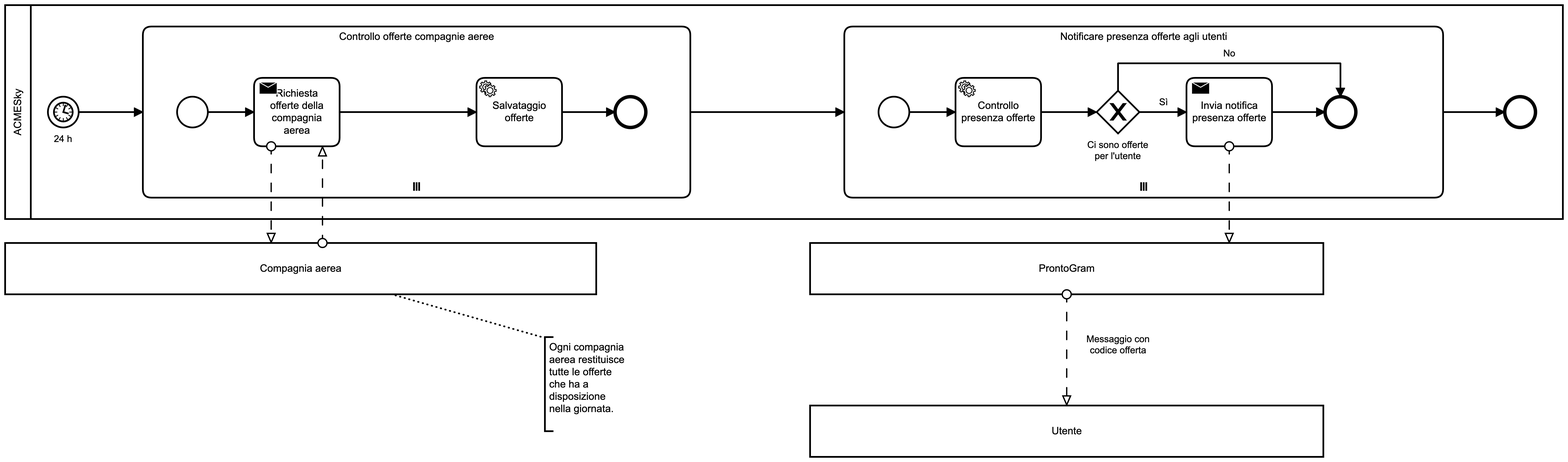
Above: docs/assets/bpmn/VerificaGiornaliera.png in sosengers/project-documentation (BPMN), before the change. Its source is kept beside it as docs/assets/VerificaGiornaliera.bpmn. Ids are renumbered. Its diagram source:
```xml
<bpmn:definitions xmlns:bpmn="http://www.omg.org/spec/BPMN/20100524/MODEL" xmlns:bpmndi="http://www.omg.org/spec/BPMN/20100524/DI" xmlns:dc="http://www.omg.org/spec/DD/20100524/DC" xmlns:di="http://www.omg.org/spec/DD/20100524/DI" id="Definitions_n1" targetNamespace="http://bpmn.io/schema/bpmn" exporter="Camunda Modeler" exporterVersion="4.3.0">
  <bpmn:collaboration id="Collaboration_n2">
    <bpmn:participant id="Participant_n3" name="ACMESky" processRef="Process_n4" />
    <bpmn:participant id="Participant_n5" name="Compagnia aerea" />
    <bpmn:participant id="Participant_n6" name="ProntoGram" />
    <bpmn:participant id="Participant_n7" name="Utente" />
    <bpmn:messageFlow id="Flow_n8" sourceRef="Activity_n9" targetRef="Participant_n5" />
    <bpmn:messageFlow id="Flow_n10" sourceRef="Activity_n11" targetRef="Participant_n6" />
    <bpmn:messageFlow id="Flow_n12" name="Messaggio con codice offerta" sourceRef="Participant_n6" targetRef="Participant_n7" />
    <bpmn:messageFlow id="Flow_n13" sourceRef="Participant_n5" targetRef="Activity_n9" />
    <bpmn:textAnnotation id="TextAnnotation_n14">
      <bpmn:text>Ogni compagnia aerea restituisce tutte le offerte che ha a disposizione nella giornata.</bpmn:text>
    </bpmn:textAnnotation>
    <bpmn:association id="Association_n15" sourceRef="Participant_n5" targetRef="TextAnnotation_n14" />
  </bpmn:collaboration>
  <bpmn:process id="Process_n4" isExecutable="true">
    <bpmn:startEvent id="StartEvent_1" name="24 h">
      <bpmn:outgoing>Flow_n16</bpmn:outgoing>
      <bpmn:timerEventDefinition id="TimerEventDefinition_n17" />
    </bpmn:startEvent>
    <bpmn:sequenceFlow id="Flow_n16" sourceRef="StartEvent_1" targetRef="Activity_n18" />
    <bpmn:subProcess id="Activity_n18" name="Controllo offerte compagnie aeree">
      <bpmn:incoming>Flow_n16</bpmn:incoming>
      <bpmn:outgoing>Flow_n19</bpmn:outgoing>
      <bpmn:multiInstanceLoopCharacteristics />
      <bpmn:startEvent id="Event_n20">
        <bpmn:outgoing>Flow_n21</bpmn:outgoing>
      </bpmn:startEvent>
      <bpmn:sequenceFlow id="Flow_n21" sourceRef="Event_n20" targetRef="Activity_n9" />
      <bpmn:endEvent id="Event_n22">
        <bpmn:incoming>Flow_n23</bpmn:incoming>
      </bpmn:endEvent>
      <bpmn:sequenceFlow id="Flow_n23" sourceRef="Activity_n24" targetRef="Event_n22" />
      <bpmn:serviceTask id="Activity_n24" name="Salvataggio offerte">
        <bpmn:incoming>Flow_n25</bpmn:incoming>
        <bpmn:outgoing>Flow_n23</bpmn:outgoing>
      </bpmn:serviceTask>
      <bpmn:sendTask id="Activity_n9" name="Richiesta offerte della compagnia aerea">
        <bpmn:incoming>Flow_n21</bpmn:incoming>
        <bpmn:outgoing>Flow_n25</bpmn:outgoing>
      </bpmn:sendTask>
      <bpmn:sequenceFlow id="Flow_n25" sourceRef="Activity_n9" targetRef="Activity_n24" />
    </bpmn:subProcess>
    <bpmn:sequenceFlow id="Flow_n19" sourceRef="Activity_n18" targetRef="Activity_n26" />
    <bpmn:subProcess id="Activity_n26" name="Notificare presenza offerte agli utenti">
      <bpmn:incoming>Flow_n19</bpmn:incoming>
      <bpmn:outgoing>Flow_n27</bpmn:outgoing>
      <bpmn:multiInstanceLoopCharacteristics />
      <bpmn:startEvent id="Event_n28">
        <bpmn:outgoing>Flow_n29</bpmn:outgoing>
      </bpmn:startEvent>
      <bpmn:exclusiveGateway id="Gateway_n30" name="Ci sono offerte per l&#39;utente">
        <bpmn:incoming>Flow_n31</bpmn:incoming>
        <bpmn:outgoing>Flow_n32</bpmn:outgoing>
        <bpmn:outgoing>Flow_n33</bpmn:outgoing>
      </bpmn:exclusiveGateway>
      <bpmn:sendTask id="Activity_n11" name="Invia notifica presenza offerte">
        <bpmn:incoming>Flow_n32</bpmn:incoming>
        <bpmn:outgoing>Flow_n34</bpmn:outgoing>
      </bpmn:sendTask>
      <bpmn:sequenceFlow id="Flow_n29" sourceRef="Event_n28" targetRef="Activity_n35" />
      <bpmn:sequenceFlow id="Flow_n31" sourceRef="Activity_n35" targetRef="Gateway_n30" />
      <bpmn:sequenceFlow id="Flow_n32" name="Sì" sourceRef="Gateway_n30" targetRef="Activity_n11" />
      <bpmn:endEvent id="Event_n36">
        <bpmn:incoming>Flow_n34</bpmn:incoming>
        <bpmn:incoming>Flow_n33</bpmn:incoming>
      </bpmn:endEvent>
      <bpmn:sequenceFlow id="Flow_n34" sourceRef="Activity_n11" targetRef="Event_n36" />
      <bpmn:sequenceFlow id="Flow_n33" name="No" sourceRef="Gateway_n30" targetRef="Event_n36" />
      <bpmn:serviceTask id="Activity_n35" name="Controllo presenza offerte">
        <bpmn:incoming>Flow_n29</bpmn:incoming>
        <bpmn:outgoing>Flow_n31</bpmn:outgoing>
      </bpmn:serviceTask>
    </bpmn:subProcess>
    <bpmn:sequenceFlow id="Flow_n27" sourceRef="Activity_n26" targetRef="Event_n37" />
    <bpmn:endEvent id="Event_n37">
      <bpmn:incoming>Flow_n27</bpmn:incoming>
    </bpmn:endEvent>
  </bpmn:process>
  <bpmndi:BPMNDiagram id="BPMNDiagram_1">
    <bpmndi:BPMNPlane id="BPMNPlane_1" bpmnElement="Collaboration_n2">
      <bpmndi:BPMNShape id="Participant_n3_di" bpmnElement="Participant_n3" isHorizontal="true">
        <dc:Bounds x="129" y="52" width="1821" height="250" />
      </bpmndi:BPMNShape>
      <bpmndi:BPMNEdge id="Flow_n27_di" bpmnElement="Flow_n27">
        <di:waypoint x="1810" y="177" />
        <di:waypoint x="1882" y="177" />
      </bpmndi:BPMNEdge>
      <bpmndi:BPMNEdge id="Flow_n19_di" bpmnElement="Flow_n19">
        <di:waypoint x="930" y="177" />
        <di:waypoint x="1110" y="177" />
      </bpmndi:BPMNEdge>
      <bpmndi:BPMNEdge id="Flow_n16_di" bpmnElement="Flow_n16">
        <di:waypoint x="215" y="177" />
        <di:waypoint x="290" y="177" />
      </bpmndi:BPMNEdge>
      <bpmndi:BPMNShape id="Event_0o9bwqf_di" bpmnElement="StartEvent_1">
        <dc:Bounds x="179" y="159" width="36" height="36" />
        <bpmndi:BPMNLabel>
          <dc:Bounds x="186" y="202" width="22" height="14" />
        </bpmndi:BPMNLabel>
      </bpmndi:BPMNShape>
      <bpmndi:BPMNShape id="Activity_n18_di" bpmnElement="Activity_n18" isExpanded="true">
        <dc:Bounds x="290" y="77" width="640" height="200" />
      </bpmndi:BPMNShape>
      <bpmndi:BPMNEdge id="Flow_n25_di" bpmnElement="Flow_n25">
        <di:waypoint x="520" y="177" />
        <di:waypoint x="680" y="177" />
      </bpmndi:BPMNEdge>
      <bpmndi:BPMNEdge id="Flow_n23_di" bpmnElement="Flow_n23">
        <di:waypoint x="780" y="177" />
        <di:waypoint x="842" y="177" />
      </bpmndi:BPMNEdge>
      <bpmndi:BPMNEdge id="Flow_n21_di" bpmnElement="Flow_n21">
        <di:waypoint x="366" y="177" />
        <di:waypoint x="420" y="177" />
      </bpmndi:BPMNEdge>
      <bpmndi:BPMNShape id="Event_n20_di" bpmnElement="Event_n20">
        <dc:Bounds x="330" y="159" width="36" height="36" />
      </bpmndi:BPMNShape>
      <bpmndi:BPMNShape id="Event_n22_di" bpmnElement="Event_n22">
        <dc:Bounds x="842" y="159" width="36" height="36" />
      </bpmndi:BPMNShape>
      <bpmndi:BPMNShape id="Activity_0hm89lt_di" bpmnElement="Activity_n24">
        <dc:Bounds x="680" y="137" width="100" height="80" />
      </bpmndi:BPMNShape>
      <bpmndi:BPMNShape id="Activity_1bzhtzd_di" bpmnElement="Activity_n9">
        <dc:Bounds x="420" y="137" width="100" height="80" />
      </bpmndi:BPMNShape>
      <bpmndi:BPMNShape id="Activity_n26_di" bpmnElement="Activity_n26" isExpanded="true">
        <dc:Bounds x="1110" y="77" width="700" height="200" />
      </bpmndi:BPMNShape>
      <bpmndi:BPMNEdge id="Flow_n33_di" bpmnElement="Flow_n33">
        <di:waypoint x="1430" y="152" />
        <di:waypoint x="1430" y="120" />
        <di:waypoint x="1690" y="120" />
        <di:waypoint x="1690" y="159" />
        <bpmndi:BPMNLabel>
          <dc:Bounds x="1553" y="102" width="15" height="14" />
        </bpmndi:BPMNLabel>
      </bpmndi:BPMNEdge>
      <bpmndi:BPMNEdge id="Flow_n34_di" bpmnElement="Flow_n34">
        <di:waypoint x="1610" y="177" />
        <di:waypoint x="1672" y="177" />
      </bpmndi:BPMNEdge>
      <bpmndi:BPMNEdge id="Flow_n32_di" bpmnElement="Flow_n32">
        <di:waypoint x="1455" y="177" />
        <di:waypoint x="1510" y="177" />
        <bpmndi:BPMNLabel>
          <dc:Bounds x="1478" y="159" width="11" height="14" />
        </bpmndi:BPMNLabel>
      </bpmndi:BPMNEdge>
      <bpmndi:BPMNEdge id="Flow_n31_di" bpmnElement="Flow_n31">
        <di:waypoint x="1340" y="177" />
        <di:waypoint x="1405" y="177" />
      </bpmndi:BPMNEdge>
      <bpmndi:BPMNEdge id="Flow_n29_di" bpmnElement="Flow_n29">
        <di:waypoint x="1186" y="177" />
        <di:waypoint x="1240" y="177" />
      </bpmndi:BPMNEdge>
      <bpmndi:BPMNShape id="Event_n28_di" bpmnElement="Event_n28">
        <dc:Bounds x="1150" y="159" width="36" height="36" />
      </bpmndi:BPMNShape>
      <bpmndi:BPMNShape id="Gateway_n30_di" bpmnElement="Gateway_n30" isMarkerVisible="true">
        <dc:Bounds x="1405" y="152" width="50" height="50" />
        <bpmndi:BPMNLabel>
          <dc:Bounds x="1394" y="209" width="72" height="27" />
        </bpmndi:BPMNLabel>
      </bpmndi:BPMNShape>
      <bpmndi:BPMNShape id="Activity_0ogy0p2_di" bpmnElement="Activity_n11">
        <dc:Bounds x="1510" y="137" width="100" height="80" />
      </bpmndi:BPMNShape>
      <bpmndi:BPMNShape id="Event_n36_di" bpmnElement="Event_n36">
        <dc:Bounds x="1672" y="159" width="36" height="36" />
      </bpmndi:BPMNShape>
      <bpmndi:BPMNShape id="Activity_11pkq9u_di" bpmnElement="Activity_n35">
        <dc:Bounds x="1240" y="137" width="100" height="80" />
      </bpmndi:BPMNShape>
      <bpmndi:BPMNShape id="Event_n37_di" bpmnElement="Event_n37">
        <dc:Bounds x="1882" y="159" width="36" height="36" />
      </bpmndi:BPMNShape>
      <bpmndi:BPMNShape id="Participant_1r905vi_di" bpmnElement="Participant_n5" isHorizontal="true">
        <dc:Bounds x="129" y="330" width="691" height="60" />
      </bpmndi:BPMNShape>
      <bpmndi:BPMNShape id="Participant_0zizd68_di" bpmnElement="Participant_n6" isHorizontal="true">
        <dc:Bounds x="1070" y="330" width="600" height="60" />
      </bpmndi:BPMNShape>
      <bpmndi:BPMNShape id="Participant_0ay7l8v_di" bpmnElement="Participant_n7" isHorizontal="true">
        <dc:Bounds x="1070" y="520" width="600" height="60" />
      </bpmndi:BPMNShape>
      <bpmndi:BPMNShape id="TextAnnotation_n14_di" bpmnElement="TextAnnotation_n14">
        <dc:Bounds x="760" y="440" width="100" height="110" />
      </bpmndi:BPMNShape>
      <bpmndi:BPMNEdge id="Association_n15_di" bpmnElement="Association_n15">
        <di:waypoint x="581" y="390" />
        <di:waypoint x="760" y="441" />
      </bpmndi:BPMNEdge>
      <bpmndi:BPMNEdge id="Flow_n8_di" bpmnElement="Flow_n8">
        <di:waypoint x="440" y="217" />
        <di:waypoint x="440" y="330" />
      </bpmndi:BPMNEdge>
      <bpmndi:BPMNEdge id="Flow_n10_di" bpmnElement="Flow_n10">
        <di:waypoint x="1560" y="217" />
        <di:waypoint x="1560" y="330" />
      </bpmndi:BPMNEdge>
      <bpmndi:BPMNEdge id="Flow_n12_di" bpmnElement="Flow_n12">
        <di:waypoint x="1370" y="390" />
        <di:waypoint x="1370" y="520" />
        <bpmndi:BPMNLabel>
          <dc:Bounds x="1393" y="436" width="74" height="27" />
        </bpmndi:BPMNLabel>
      </bpmndi:BPMNEdge>
      <bpmndi:BPMNEdge id="Flow_n13_di" bpmnElement="Flow_n13">
        <di:waypoint x="500" y="330" />
        <di:waypoint x="500" y="217" />
      </bpmndi:BPMNEdge>
    </bpmndi:BPMNPlane>
  </bpmndi:BPMNDiagram>
</bpmn:definitions>
```
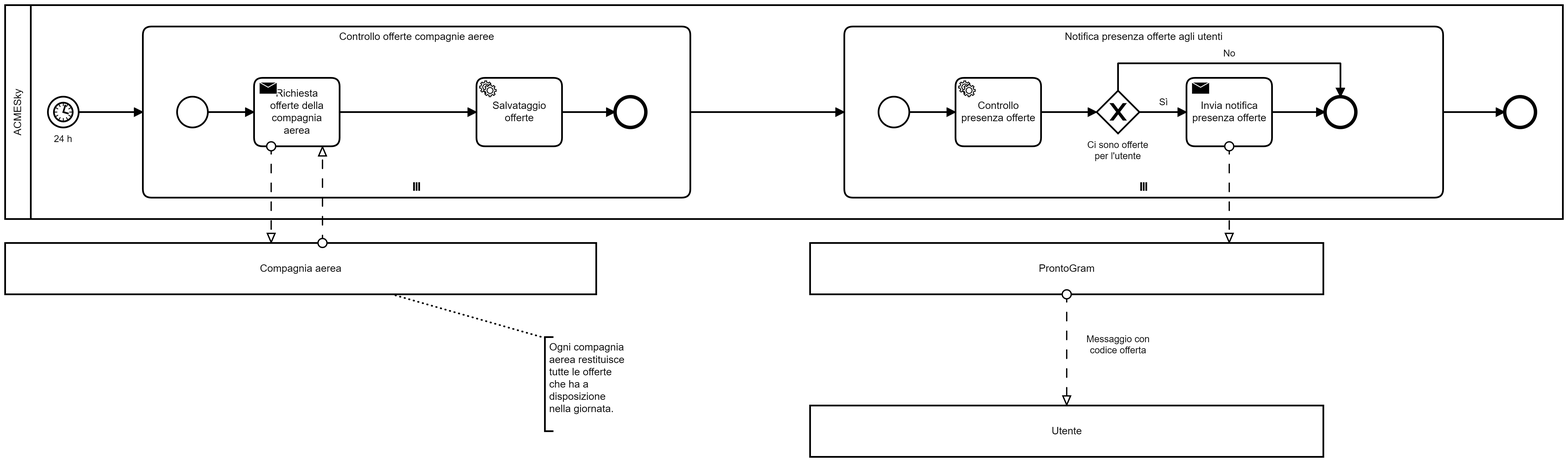
After the commit.

Commit message:
Fix a diagrammi BPMN (esportate nuove immagini)

What changed in the source:
```diff
@@ -42,7 +42,7 @@
       <bpmn:sequenceFlow id="Flow_n25" sourceRef="Activity_n9" targetRef="Activity_n24" />
     </bpmn:subProcess>
     <bpmn:sequenceFlow id="Flow_n19" sourceRef="Activity_n18" targetRef="Activity_n26" />
-    <bpmn:subProcess id="Activity_n26" name="Notificare presenza offerte agli utenti">
+    <bpmn:subProcess id="Activity_n26" name="Notifica presenza offerte agli utenti">
       <bpmn:incoming>Flow_n19</bpmn:incoming>
       <bpmn:outgoing>Flow_n27</bpmn:outgoing>
       <bpmn:multiInstanceLoopCharacteristics />
```
